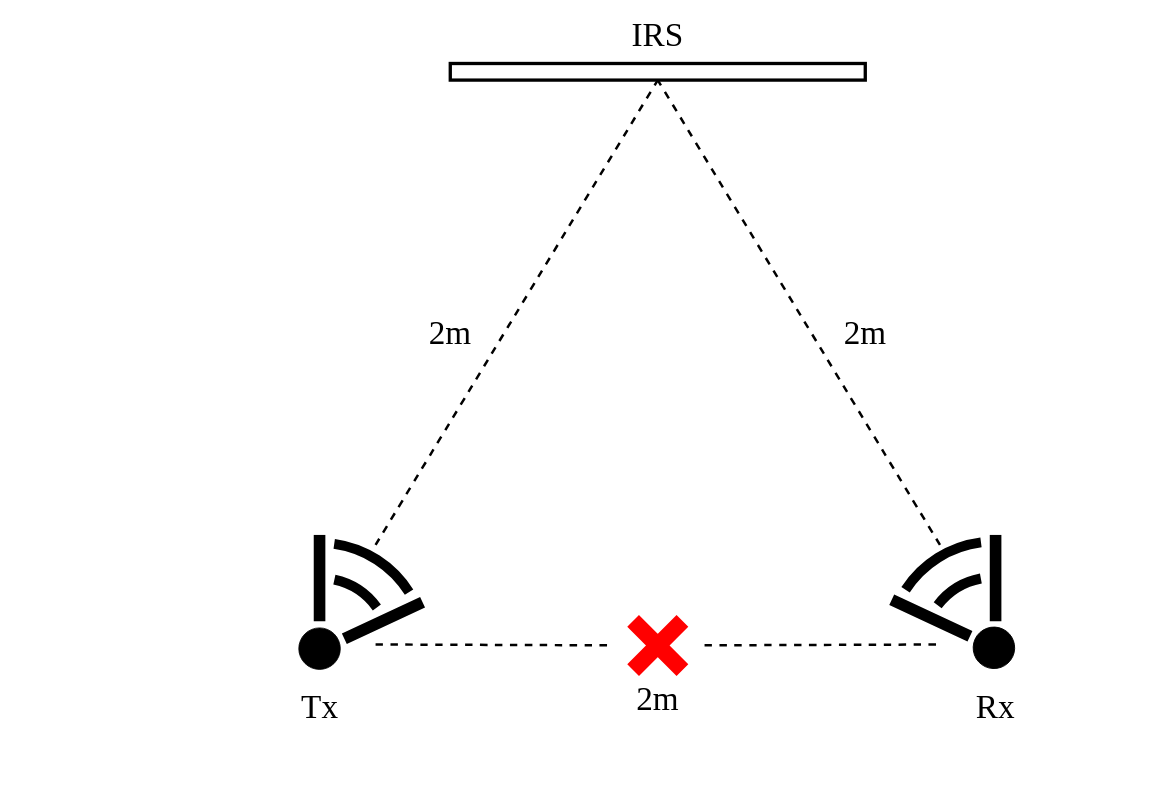
Before: weakh0location.drawio in Phagesama/PDFGPPCfigure, a draw.io diagram. Source tidied: cells renumbered, new cells numbered last; positions are measured from the earlier drawing's top-left corner, leaving out a move shared by most shapes. Both pictures are drawn from the tidied source at 83%, with x=0, y=0 at pixel (213, 22).
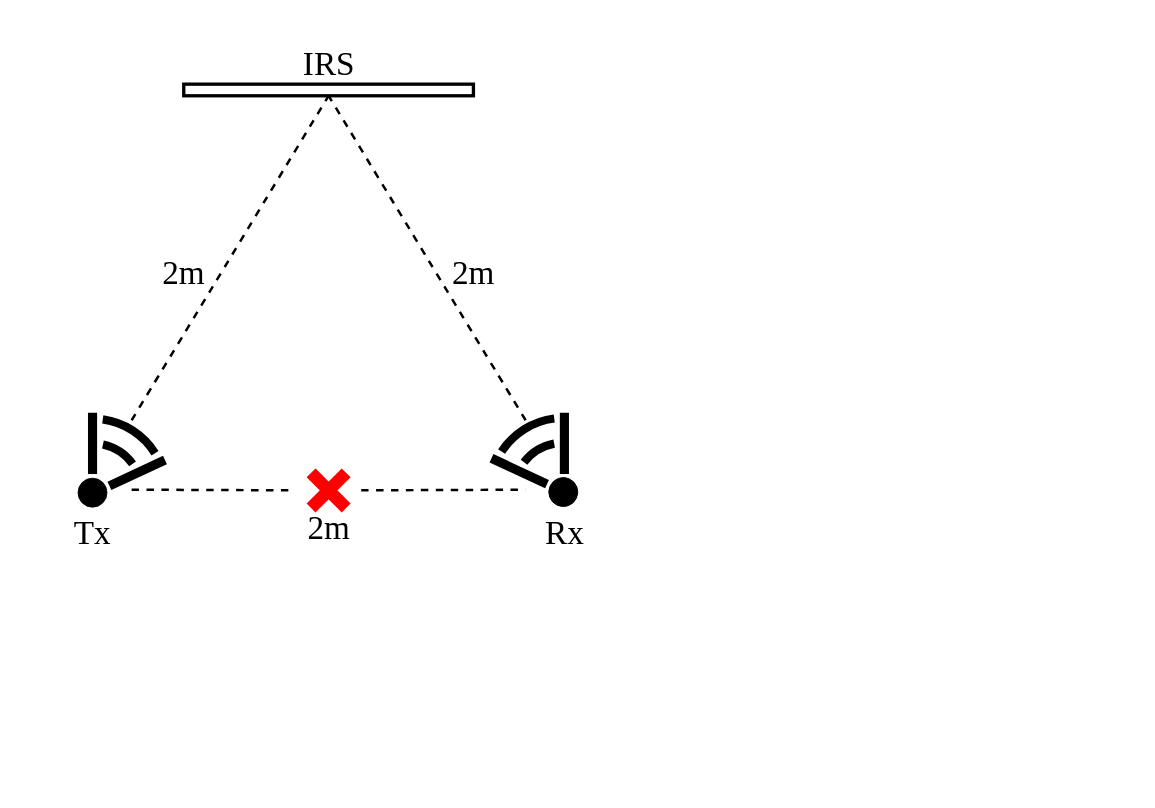
After the change.

Diff of the diagram source:
```diff
@@
     <mxCell id="2" style="rounded=0;whiteSpace=wrap;html=1;strokeWidth=4;" parent="1" vertex="1">
-      <mxGeometry x="285" y="50" width="500" height="20" as="geometry" />
+      <mxGeometry x="-36.1" y="74.9" width="349" height="14" as="geometry" />
     </mxCell>
     <mxCell id="3" style="group;" parent="1" vertex="1">
-      <mxGeometry y="620" width="255" height="262.5" as="geometry" />
+      <mxGeometry x="-235" y="472.8" width="178" height="183.2" as="geometry" />
     </mxCell>
     <mxCell id="4" style="ellipse;whiteSpace=wrap;html=1;fillColor=#000000;" parent="3" vertex="1">
-      <mxGeometry x="102.5" y="110" width="50" height="50" as="geometry" />
+      <mxGeometry x="71.5" y="76.8" width="34.9" height="34.9" as="geometry" />
     </mxCell>
-    <mxCell id="5" style="verticalLabelPosition=bottom;verticalAlign=top;html=1;shape=mxgraph.basic.arc;startAngle=0.03371340126470076;endAngle=0.15089886605038338;strokeWidth=12;fillColor=#000000;" parent="3" vertex="1">
-      <mxGeometry x="42.5" y="50" width="170" height="170" as="geometry" />
+    <mxCell id="5" style="verticalLabelPosition=bottom;verticalAlign=top;html=1;shape=mxgraph.basic.arc;startAngle=0.03371340126470076;endAngle=0.15089886605038338;strokeWidth=10;fillColor=#000000;" parent="3" vertex="1">
+      <mxGeometry x="29.7" y="34.9" width="118.7" height="118.7" as="geometry" />
     </mxCell>
     <mxCell id="6" style="rounded=0;whiteSpace=wrap;html=1;strokeWidth=4;fillColor=#000000;" parent="3" vertex="1">
-      <mxGeometry x="122.5" width="10" height="100" as="geometry" />
+      <mxGeometry x="85.5" width="7" height="69.8" as="geometry" />
     </mxCell>
-    <mxCell id="7" style="verticalLabelPosition=bottom;verticalAlign=top;html=1;shape=mxgraph.basic.arc;startAngle=0.022137806650892666;endAngle=0.16041673843282328;strokeWidth=12;fillColor=#000000;" parent="3" vertex="1">
-      <mxGeometry y="7.5" width="255" height="255" as="geometry" />
+    <mxCell id="7" style="verticalLabelPosition=bottom;verticalAlign=top;html=1;shape=mxgraph.basic.arc;startAngle=0.022137806650892666;endAngle=0.16041673843282328;strokeWidth=10;fillColor=#000000;" parent="3" vertex="1">
+      <mxGeometry y="5.2" width="178" height="178" as="geometry" />
     </mxCell>
     <mxCell id="8" style="rounded=0;whiteSpace=wrap;html=1;strokeWidth=4;fillColor=#000000;rotation=65;" parent="3" vertex="1">
-      <mxGeometry x="199.5" y="51" width="10" height="100" as="geometry" />
+      <mxGeometry x="139.3" y="35.6" width="7" height="69.8" as="geometry" />
     </mxCell>
     <mxCell id="9" value="Tx" style="text;html=1;strokeColor=none;fillColor=none;align=center;verticalAlign=middle;whiteSpace=wrap;rounded=0;fontSize=40;fontFamily=Times New Roman;" parent="3" vertex="1">
-      <mxGeometry x="97.5" y="190" width="60" height="30" as="geometry" />
+      <mxGeometry x="68.1" y="132.6" width="41.9" height="20.9" as="geometry" />
     </mxCell>
     <mxCell id="10" style="group;rotation=-60;" parent="1" vertex="1">
-      <mxGeometry x="809" y="620" width="255" height="262.5" as="geometry" />
+      <mxGeometry x="329.7" y="472.8" width="178" height="183.2" as="geometry" />
     </mxCell>
     <mxCell id="11" style="ellipse;whiteSpace=wrap;html=1;fillColor=#000000;rotation=-1505;" parent="10" vertex="1">
-      <mxGeometry x="106" y="109" width="50" height="50" as="geometry" />
+      <mxGeometry x="74" y="76.1" width="34.9" height="34.9" as="geometry" />
     </mxCell>
-    <mxCell id="12" style="verticalLabelPosition=bottom;verticalAlign=top;html=1;shape=mxgraph.basic.arc;startAngle=0.03371340126470076;endAngle=0.15089886605038338;strokeWidth=12;fillColor=#000000;rotation=-1505;" parent="10" vertex="1">
-      <mxGeometry x="46" y="49" width="170" height="170" as="geometry" />
+    <mxCell id="12" style="verticalLabelPosition=bottom;verticalAlign=top;html=1;shape=mxgraph.basic.arc;startAngle=0.03371340126470076;endAngle=0.15089886605038338;strokeWidth=10;fillColor=#000000;rotation=-1505;" parent="10" vertex="1">
+      <mxGeometry x="32.1" y="34.2" width="118.7" height="118.7" as="geometry" />
     </mxCell>
     <mxCell id="13" style="rounded=0;whiteSpace=wrap;html=1;strokeWidth=4;fillColor=#000000;rotation=-1505;" parent="10" vertex="1">
-      <mxGeometry x="50" y="48" width="10" height="100" as="geometry" />
+      <mxGeometry x="34.9" y="33.5" width="7" height="69.8" as="geometry" />
     </mxCell>
-    <mxCell id="14" style="verticalLabelPosition=bottom;verticalAlign=top;html=1;shape=mxgraph.basic.arc;startAngle=0.022137806650892666;endAngle=0.16041673843282328;strokeWidth=12;fillColor=#000000;rotation=-1505;" parent="10" vertex="1">
-      <mxGeometry x="4" y="6" width="255" height="255" as="geometry" />
+    <mxCell id="14" style="verticalLabelPosition=bottom;verticalAlign=top;html=1;shape=mxgraph.basic.arc;startAngle=0.022137806650892666;endAngle=0.16041673843282328;strokeWidth=10;fillColor=#000000;rotation=-1505;" parent="10" vertex="1">
+      <mxGeometry x="2.8" y="4.2" width="178" height="178" as="geometry" />
     </mxCell>
     <mxCell id="15" style="rounded=0;whiteSpace=wrap;html=1;strokeWidth=4;fillColor=#000000;rotation=-1440;" parent="10" vertex="1">
-      <mxGeometry x="128" width="10" height="100" as="geometry" />
+      <mxGeometry x="89.3" width="7" height="69.8" as="geometry" />
     </mxCell>
     <mxCell id="16" value="Rx" style="text;html=1;strokeColor=none;fillColor=none;align=center;verticalAlign=middle;whiteSpace=wrap;rounded=0;fontSize=40;fontFamily=Times New Roman;" parent="10" vertex="1">
-      <mxGeometry x="103" y="190" width="60" height="30" as="geometry" />
+      <mxGeometry x="71.9" y="132.6" width="41.9" height="20.9" as="geometry" />
     </mxCell>
     <mxCell id="17" style="endArrow=none;dashed=1;html=1;strokeWidth=3;rounded=0;curved=1;startArrow=none;" parent="1" edge="1" source="20">
       <mxGeometry relative="1" as="geometry">
-        <mxPoint x="875" y="750" as="targetPoint" />
+        <mxPoint x="375.8" y="563.5" as="targetPoint" />
       </mxGeometry>
     </mxCell>
     <mxCell id="18" value="2m" style="text;html=1;strokeColor=none;fillColor=none;align=center;verticalAlign=middle;whiteSpace=wrap;rounded=0;fontSize=40;fontFamily=Times New Roman;" parent="1" vertex="1">
-      <mxGeometry x="505" y="800" width="60" height="30" as="geometry" />
+      <mxGeometry x="117.5" y="598.4" width="41.9" height="20.9" as="geometry" />
     </mxCell>
     <mxCell id="19" style="endArrow=none;dashed=1;html=1;strokeWidth=3;rounded=0;curved=1;" parent="1" edge="1" target="20">
       <mxGeometry relative="1" as="geometry">
-        <mxPoint x="195" y="750" as="sourcePoint" />
+        <mxPoint x="-98.9" y="563.5" as="sourcePoint" />
       </mxGeometry>
     </mxCell>
     <mxCell id="20" style="shape=cross;whiteSpace=wrap;html=1;strokeWidth=4;fillColor=#FF0000;rotation=45;strokeColor=#FF0000;" parent="1" vertex="1">
-      <mxGeometry x="495" y="711.2" width="80" height="80" as="geometry" />
+      <mxGeometry x="110.5" y="536.5" width="55.8" height="55.8" as="geometry" />
     </mxCell>
     <mxCell id="21" style="endArrow=none;dashed=1;html=1;rounded=0;strokeWidth=3;fontFamily=Times New Roman;fontSize=40;curved=1;entryX=0.5;entryY=1;entryDx=0;entryDy=0;" parent="1" edge="1" target="2">
       <mxGeometry relative="1" as="geometry">
-        <mxPoint x="195" y="630" as="sourcePoint" />
+        <mxPoint x="-98.9" y="479.8" as="sourcePoint" />
       </mxGeometry>
     </mxCell>
     <mxCell id="22" style="endArrow=none;dashed=1;html=1;rounded=0;strokeWidth=3;fontFamily=Times New Roman;fontSize=40;curved=1;entryX=0.5;entryY=1;entryDx=0;entryDy=0;" parent="1" edge="1" target="2">
       <mxGeometry relative="1" as="geometry">
-        <mxPoint x="875" y="630" as="sourcePoint" />
+        <mxPoint x="375.8" y="479.8" as="sourcePoint" />
       </mxGeometry>
     </mxCell>
     <mxCell id="23" value="2m" style="text;html=1;strokeColor=none;fillColor=none;align=center;verticalAlign=middle;whiteSpace=wrap;rounded=0;fontSize=40;fontFamily=Times New Roman;" parent="1" vertex="1">
-      <mxGeometry x="255" y="360" width="60" height="30" as="geometry" />
+      <mxGeometry x="-57" y="291.3" width="41.9" height="20.9" as="geometry" />
     </mxCell>
     <mxCell id="24" value="2m" style="text;html=1;strokeColor=none;fillColor=none;align=center;verticalAlign=middle;whiteSpace=wrap;rounded=0;fontSize=40;fontFamily=Times New Roman;" parent="1" vertex="1">
-      <mxGeometry x="755" y="360" width="60" height="30" as="geometry" />
+      <mxGeometry x="292" y="291.3" width="41.9" height="20.9" as="geometry" />
     </mxCell>
     <mxCell id="25" value="IRS" style="text;html=1;strokeColor=none;fillColor=none;align=center;verticalAlign=middle;whiteSpace=wrap;rounded=0;fontSize=40;fontFamily=Times New Roman;" parent="1" vertex="1">
-      <mxGeometry x="505" width="60" height="30" as="geometry" />
+      <mxGeometry x="117.5" y="40" width="41.9" height="20.9" as="geometry" />
     </mxCell>
```
